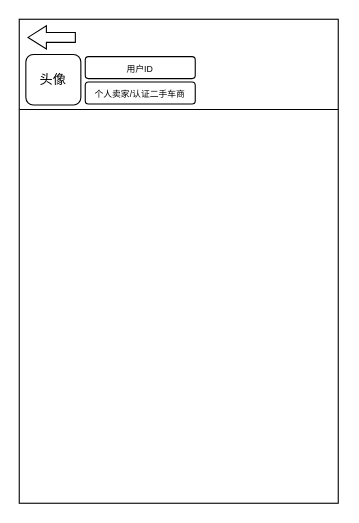
Before: 下单页.drawio in MoWan-inc/sketch, a draw.io diagram. Source tidied: cells renumbered, new cells numbered last; positions are measured from the earlier drawing's top-left corner, leaving out a move shared by most shapes. Both pictures are drawn from the tidied source at 110%, with x=0, y=0 at pixel (19, 19).
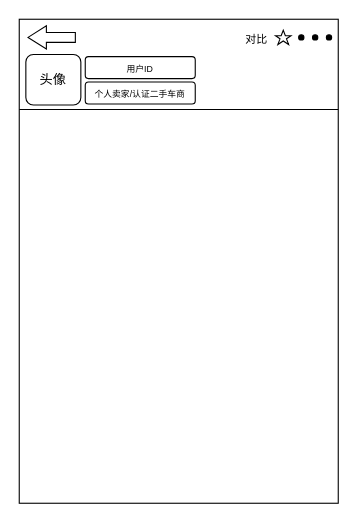
Above is the later version.

Commit message (it also covers changes not shown here):
更新下单页.drawio

Diff of the diagram source:
```diff
@@
 <mxGraphModel>
   <root>
     <mxCell id="0" />
     <mxCell id="1" parent="0" />
     <mxCell id="2" style="rounded=0;whiteSpace=wrap;html=1;" parent="1" vertex="1">
       <mxGeometry width="290" height="440" as="geometry" />
     </mxCell>
     <mxCell id="3" value="头像" style="rounded=1;whiteSpace=wrap;html=1;" parent="1" vertex="1">
       <mxGeometry x="6" y="32" width="50" height="46" as="geometry" />
     </mxCell>
     <mxCell id="4" style="endArrow=none;html=1;rounded=0;" parent="1" edge="1">
       <mxGeometry relative="1" as="geometry">
         <mxPoint y="82" as="sourcePoint" />
         <mxPoint x="290" y="82" as="targetPoint" />
         <Array as="points">
           <mxPoint x="290" y="82" />
         </Array>
       </mxGeometry>
     </mxCell>
     <mxCell id="5" style="shape=flexArrow;endArrow=classic;html=1;rounded=0;" parent="1" edge="1">
       <mxGeometry relative="1" as="geometry">
         <mxPoint x="170" y="250" as="sourcePoint" />
         <mxPoint x="170" y="250" as="targetPoint" />
       </mxGeometry>
     </mxCell>
     <mxCell id="6" style="html=1;shadow=0;dashed=0;align=center;verticalAlign=middle;shape=mxgraph.arrows2.arrow;dy=0.57;dx=16.67;flipH=1;notch=0;" parent="1" vertex="1">
       <mxGeometry x="8" y="6" width="43" height="21" as="geometry" />
     </mxCell>
     <mxCell id="7" value="&lt;font style=&quot;font-size: 8px;&quot;&gt;用户ID&lt;/font&gt;" style="rounded=1;whiteSpace=wrap;html=1;" parent="1" vertex="1">
       <mxGeometry x="60" y="34" width="100" height="20" as="geometry" />
     </mxCell>
     <mxCell id="8" value="&lt;font style=&quot;font-size: 8px;&quot;&gt;个人卖家/认证二手车商&lt;/font&gt;" style="rounded=1;whiteSpace=wrap;html=1;" parent="1" vertex="1">
       <mxGeometry x="60" y="57" width="100" height="20" as="geometry" />
     </mxCell>
+    <mxCell id="9" style="html=1;verticalLabelPosition=bottom;align=center;labelBackgroundColor=#ffffff;verticalAlign=top;strokeWidth=1;strokeColor=#000000;shadow=0;dashed=0;shape=mxgraph.ios7.icons.page_navigation;fillColor=#000000;" parent="1" vertex="1">
+      <mxGeometry x="254" y="14.1" width="30" height="4.8" as="geometry" />
+    </mxCell>
+    <mxCell id="10" value="&lt;font style=&quot;font-size: 10px;&quot;&gt;对比&lt;/font&gt;" style="whiteSpace=wrap;html=1;strokeColor=none;strokeWidth=1;" parent="1" vertex="1">
+      <mxGeometry x="196" y="9" width="40" height="18" as="geometry" />
+    </mxCell>
+    <mxCell id="11" style="html=1;verticalLabelPosition=bottom;align=center;labelBackgroundColor=#ffffff;verticalAlign=top;strokeWidth=1;strokeColor=#000000;shadow=0;dashed=0;shape=mxgraph.ios7.icons.star;" parent="1" vertex="1">
+      <mxGeometry x="233" y="10" width="14" height="13" as="geometry" />
+    </mxCell>
   </root>
 </mxGraphModel>
```
